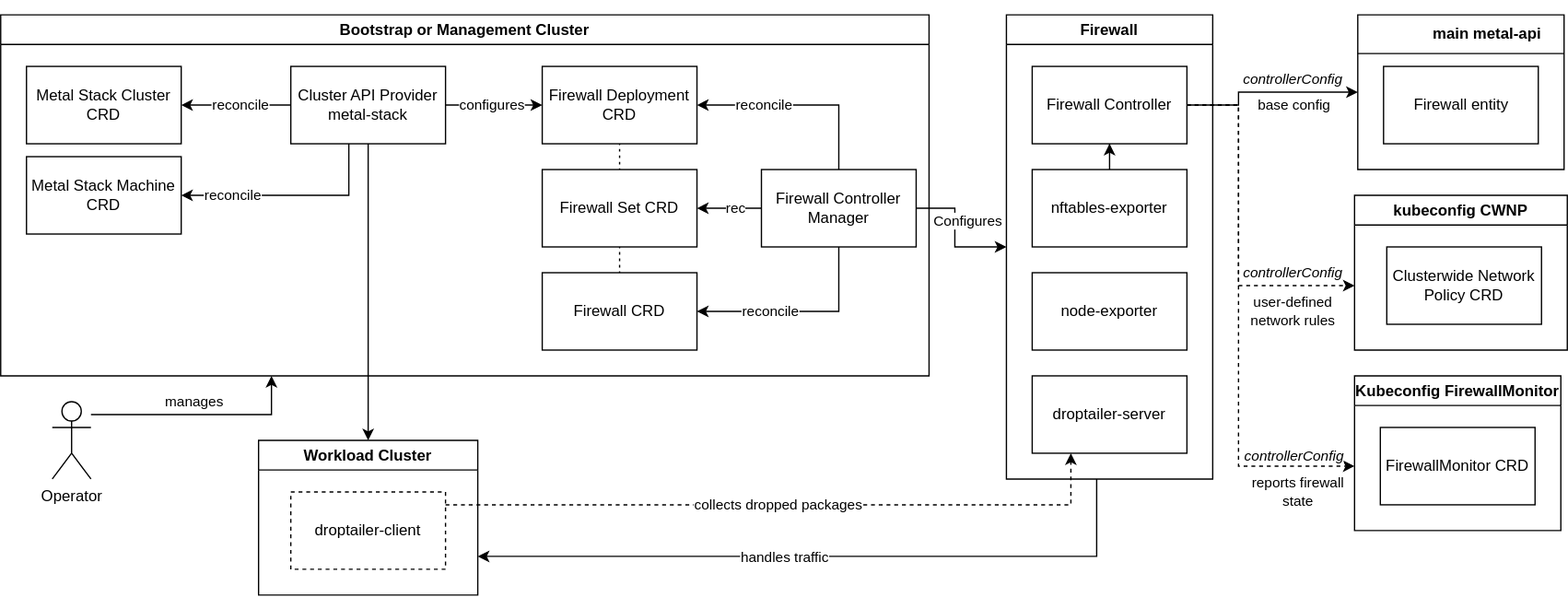
metal-stack/docs keeps this draw.io diagram as docs/src/development/proposals/MEP16/firewall-for-capms-overview.svg. Above is the earlier version. Source tidied: cells renumbered, new cells last; positions are measured from the earlier drawing's top-left corner, leaving out a move shared by most shapes.
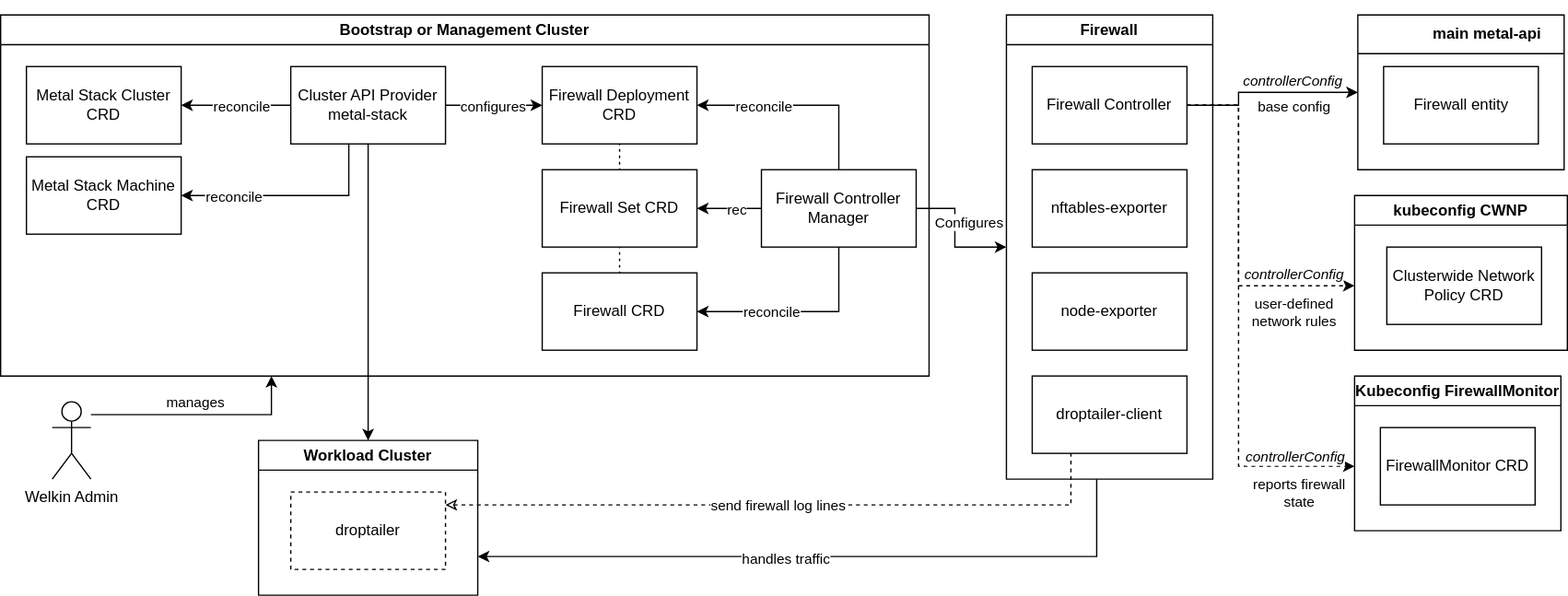
After the change.

Change to the diagram source:
```diff
@@ -21,19 +21,16 @@
     <mxCell id="6" value="node-exporter" style="rounded=0;whiteSpace=wrap;html=1;" parent="4" vertex="1">
       <mxGeometry x="20" y="200" width="120" height="60" as="geometry" />
     </mxCell>
-    <mxCell id="7" style="edgeStyle=orthogonalEdgeStyle;rounded=0;jettySize=auto;html=1;" parent="4" edge="1" source="8" target="5">
-      <mxGeometry relative="1" as="geometry" />
-    </mxCell>
     <mxCell id="8" value="nftables-exporter" style="rounded=0;whiteSpace=wrap;html=1;" parent="4" vertex="1">
       <mxGeometry x="20" y="120" width="120" height="60" as="geometry" />
     </mxCell>
-    <mxCell id="9" value="droptailer-server" style="rounded=0;whiteSpace=wrap;html=1;" parent="4" vertex="1">
+    <mxCell id="9" value="droptailer-client" style="rounded=0;whiteSpace=wrap;html=1;" parent="4" vertex="1">
       <mxGeometry x="20" y="280" width="120" height="60" as="geometry" />
     </mxCell>
     <mxCell id="10" value="Workload Cluster" style="swimlane;whiteSpace=wrap;html=1;" parent="1" vertex="1">
       <mxGeometry x="200" y="330" width="170" height="120" as="geometry" />
     </mxCell>
-    <mxCell id="11" value="droptailer-client" style="rounded=0;whiteSpace=wrap;html=1;dashed=1;" parent="10" vertex="1">
+    <mxCell id="11" value="droptailer" style="rounded=0;whiteSpace=wrap;html=1;dashed=1;" parent="10" vertex="1">
       <mxGeometry x="25" y="40" width="120" height="60" as="geometry" />
     </mxCell>
     <mxCell id="12" style="edgeStyle=orthogonalEdgeStyle;rounded=0;jettySize=auto;html=1;" parent="1" edge="1" source="34" target="4">
@@ -152,7 +149,7 @@
         <mxPoint x="2" y="-9" as="offset" />
       </mxGeometry>
     </mxCell>
-    <mxCell id="38" value="Operator" style="shape=umlActor;verticalLabelPosition=bottom;verticalAlign=top;html=1;outlineConnect=0;" parent="1" vertex="1">
+    <mxCell id="38" value="Welkin Admin" style="shape=umlActor;verticalLabelPosition=bottom;verticalAlign=top;html=1;outlineConnect=0;" parent="1" vertex="1">
       <mxGeometry x="40" y="300" width="30" height="60" as="geometry" />
     </mxCell>
     <mxCell id="39" value="Kubeconfig FirewallMonitor" style="swimlane;whiteSpace=wrap;html=1;" parent="1" vertex="1">
@@ -220,14 +217,14 @@
     <mxCell id="52" style="edgeStyle=orthogonalEdgeStyle;rounded=0;jettySize=auto;html=1;" parent="1" edge="1" source="21" target="10">
       <mxGeometry relative="1" as="geometry" />
     </mxCell>
-    <mxCell id="53" style="edgeStyle=orthogonalEdgeStyle;rounded=0;jettySize=auto;html=1;entryX=0.25;entryY=1;entryDx=0;entryDy=0;dashed=1;" parent="1" edge="1" source="11" target="9">
+    <mxCell id="53" style="edgeStyle=orthogonalEdgeStyle;rounded=0;jettySize=auto;html=1;entryX=0.25;entryY=1;entryDx=0;entryDy=0;dashed=1;startArrow=classic;startFill=0;endArrow=none;" parent="1" edge="1" source="11" target="9">
       <mxGeometry relative="1" as="geometry">
         <Array as="points">
           <mxPoint x="830" y="380" />
         </Array>
       </mxGeometry>
     </mxCell>
-    <mxCell id="54" value="collects dropped packages" style="edgeLabel;html=1;align=center;verticalAlign=middle;" parent="53" vertex="1">
+    <mxCell id="54" value="send firewall log lines" style="edgeLabel;html=1;align=center;verticalAlign=middle;" parent="53" vertex="1">
       <mxGeometry x="-0.02" relative="1" as="geometry" />
     </mxCell>
     <mxCell id="55" value="&lt;i&gt;controllerConfig&lt;/i&gt;" style="edgeLabel;html=1;align=center;verticalAlign=middle;" parent="1" vertex="1">
```
